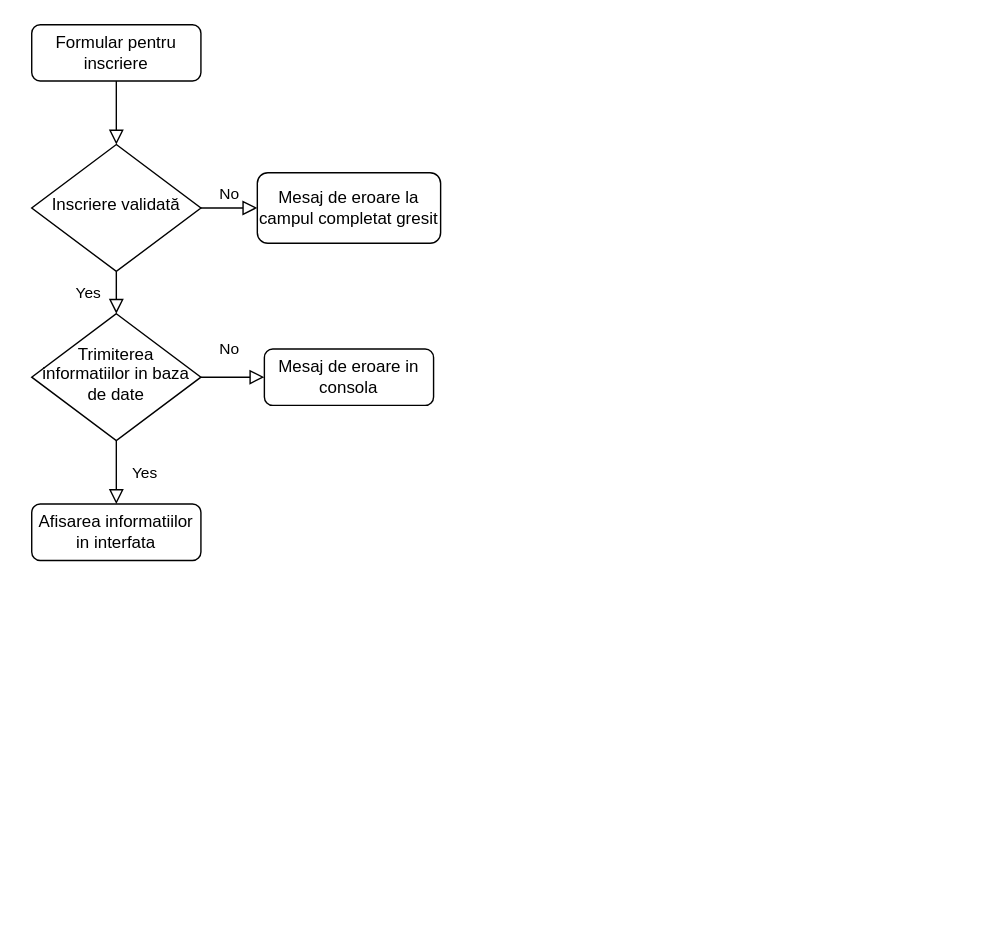
This is Untitled Diagram.drawio from StefanFrs/Proiect_licenta, a draw.io file, before an edit. Source tidied: cells renumbered, new cells numbered last; positions are measured from the earlier drawing's top-left corner, leaving out a move shared by most shapes. Both pictures are drawn from the tidied source at 141%, with x=0, y=0 at pixel (31, 24).
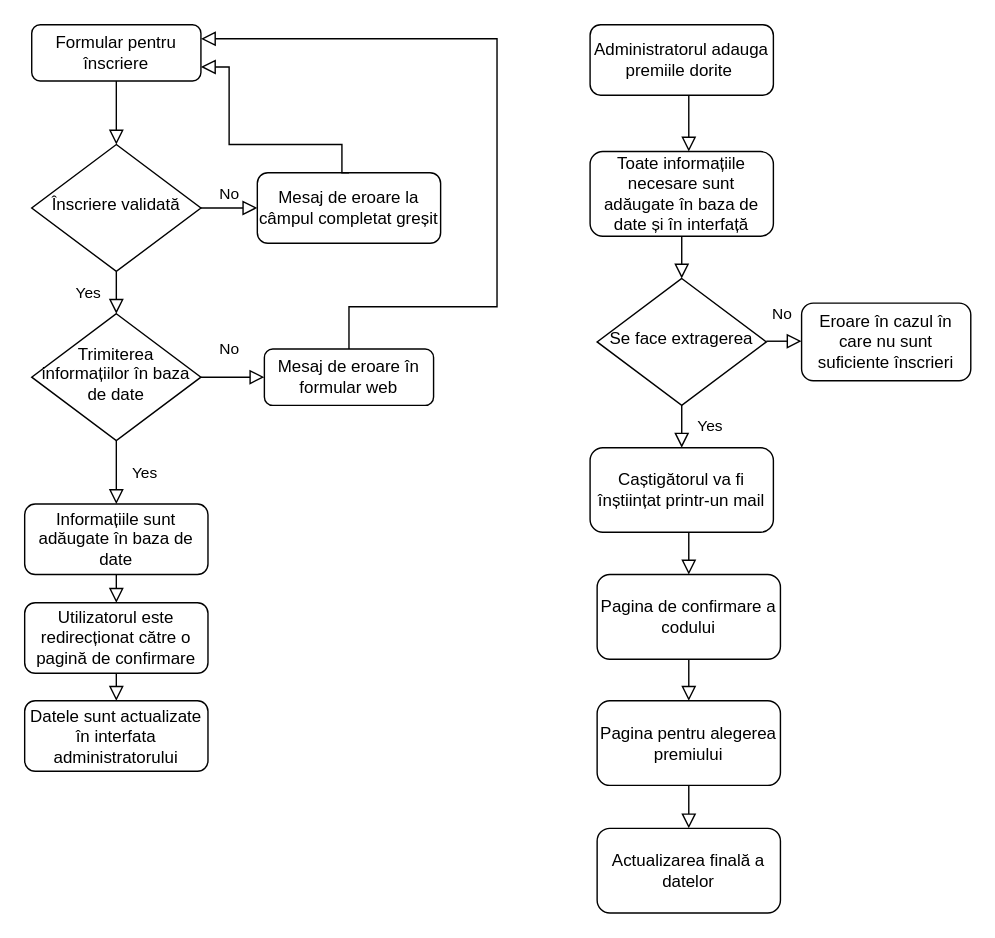
After the change.

What changed in the source:
```diff
@@
-    <mxCell id="3" value="Formular pentru inscriere" style="rounded=1;whiteSpace=wrap;html=1;fontSize=12;glass=0;strokeWidth=1;shadow=0;" parent="1" vertex="1">
+    <mxCell id="3" value="Formular pentru înscriere" style="rounded=1;whiteSpace=wrap;html=1;fontSize=12;glass=0;strokeWidth=1;shadow=0;" parent="1" vertex="1">
       <mxGeometry width="120" height="40" as="geometry" />
     </mxCell>
@@
-    <mxCell id="6" value="Inscriere validată" style="rhombus;whiteSpace=wrap;html=1;shadow=0;fontFamily=Helvetica;fontSize=12;align=center;strokeWidth=1;spacing=6;spacingTop=-4;" parent="1" vertex="1">
+    <mxCell id="6" value="Înscriere validată" style="rhombus;whiteSpace=wrap;html=1;shadow=0;fontFamily=Helvetica;fontSize=12;align=center;strokeWidth=1;spacing=6;spacingTop=-4;" parent="1" vertex="1">
       <mxGeometry y="85" width="120" height="90" as="geometry" />
     </mxCell>
-    <mxCell id="7" value="Mesaj de eroare la campul completat gresit" style="rounded=1;whiteSpace=wrap;html=1;fontSize=12;glass=0;strokeWidth=1;shadow=0;" parent="1" vertex="1">
+    <mxCell id="7" value="Mesaj de eroare la câmpul completat greșit" style="rounded=1;whiteSpace=wrap;html=1;fontSize=12;glass=0;strokeWidth=1;shadow=0;" parent="1" vertex="1">
       <mxGeometry x="160" y="105" width="130" height="50" as="geometry" />
     </mxCell>
@@
-    <mxCell id="9" value="Trimiterea informatiilor in baza de date" style="rhombus;whiteSpace=wrap;html=1;shadow=0;fontFamily=Helvetica;fontSize=12;align=center;strokeWidth=1;spacing=6;spacingTop=-4;" parent="1" vertex="1">
+    <mxCell id="9" value="Trimiterea informațiilor în baza de date" style="rhombus;whiteSpace=wrap;html=1;shadow=0;fontFamily=Helvetica;fontSize=12;align=center;strokeWidth=1;spacing=6;spacingTop=-4;" parent="1" vertex="1">
       <mxGeometry y="205" width="120" height="90" as="geometry" />
     </mxCell>
-    <mxCell id="10" value="Mesaj de eroare in consola" style="rounded=1;whiteSpace=wrap;html=1;fontSize=12;glass=0;strokeWidth=1;shadow=0;" parent="1" vertex="1">
+    <mxCell id="10" value="Mesaj de eroare în formular web" style="rounded=1;whiteSpace=wrap;html=1;fontSize=12;glass=0;strokeWidth=1;shadow=0;" parent="1" vertex="1">
       <mxGeometry x="165" y="230" width="120" height="40" as="geometry" />
     </mxCell>
-    <mxCell id="11" value="Afisarea informatiilor in interfata" style="rounded=1;whiteSpace=wrap;html=1;fontSize=12;glass=0;strokeWidth=1;shadow=0;" parent="1" vertex="1">
-      <mxGeometry y="340" width="120" height="40" as="geometry" />
+    <mxCell id="11" value="Informațiile sunt adăugate în baza de date" style="rounded=1;whiteSpace=wrap;html=1;fontSize=12;glass=0;strokeWidth=1;shadow=0;" parent="1" vertex="1">
+      <mxGeometry x="-5" y="340" width="130" height="50" as="geometry" />
     </mxCell>
@@
+    <mxCell id="13" value="Utilizatorul este redirecționat către o pagină de confirmare" style="rounded=1;whiteSpace=wrap;html=1;fontSize=12;glass=0;strokeWidth=1;shadow=0;" parent="1" vertex="1">
+      <mxGeometry x="-5" y="410" width="130" height="50" as="geometry" />
+    </mxCell>
+    <mxCell id="14" style="rounded=0;html=1;jettySize=auto;fontSize=11;endArrow=block;endFill=0;endSize=8;strokeWidth=1;shadow=0;labelBackgroundColor=none;edgeStyle=orthogonalEdgeStyle;exitX=0.5;exitY=0;exitDx=0;exitDy=0;entryX=1;entryY=0.75;entryDx=0;entryDy=0;" parent="1" edge="1" source="7" target="3">
+      <mxGeometry relative="1" as="geometry">
+        <Array as="points">
+          <mxPoint x="220" y="105" />
+          <mxPoint x="220" y="85" />
+          <mxPoint x="140" y="85" />
+          <mxPoint x="140" y="30" />
+        </Array>
+      </mxGeometry>
+    </mxCell>
+    <mxCell id="15" style="rounded=0;html=1;jettySize=auto;fontSize=11;endArrow=block;endFill=0;endSize=8;strokeWidth=1;shadow=0;labelBackgroundColor=none;edgeStyle=orthogonalEdgeStyle;exitX=0.5;exitY=0;exitDx=0;exitDy=0;entryX=1;entryY=0.25;entryDx=0;entryDy=0;" parent="1" edge="1" source="10" target="3">
+      <mxGeometry relative="1" as="geometry">
+        <Array as="points">
+          <mxPoint x="225" y="200" />
+          <mxPoint x="330" y="200" />
+          <mxPoint x="330" y="10" />
+        </Array>
+      </mxGeometry>
+    </mxCell>
+    <mxCell id="16" style="rounded=0;html=1;jettySize=auto;fontSize=11;endArrow=block;endFill=0;endSize=8;strokeWidth=1;shadow=0;labelBackgroundColor=none;edgeStyle=orthogonalEdgeStyle;exitX=0.5;exitY=1;exitDx=0;exitDy=0;" parent="1" edge="1" source="11">
+      <mxGeometry relative="1" as="geometry">
+        <mxPoint x="60" y="410" as="targetPoint" />
+      </mxGeometry>
+    </mxCell>
+    <mxCell id="17" value="Datele sunt actualizate în interfata administratorului" style="rounded=1;whiteSpace=wrap;html=1;fontSize=12;glass=0;strokeWidth=1;shadow=0;" parent="1" vertex="1">
+      <mxGeometry x="-5" y="479.5" width="130" height="50" as="geometry" />
+    </mxCell>
+    <mxCell id="18" style="rounded=0;html=1;jettySize=auto;fontSize=11;endArrow=block;endFill=0;endSize=8;strokeWidth=1;shadow=0;labelBackgroundColor=none;edgeStyle=orthogonalEdgeStyle;entryX=0.5;entryY=0;entryDx=0;entryDy=0;exitX=0.5;exitY=1;exitDx=0;exitDy=0;" parent="1" edge="1" source="13" target="17">
+      <mxGeometry relative="1" as="geometry" />
+    </mxCell>
+    <mxCell id="19" value="Administratorul adauga premiile dorite&amp;nbsp;" style="rounded=1;whiteSpace=wrap;html=1;fontSize=12;glass=0;strokeWidth=1;shadow=0;" parent="1" vertex="1">
+      <mxGeometry x="396" width="130" height="50" as="geometry" />
+    </mxCell>
+    <mxCell id="20" style="rounded=0;html=1;jettySize=auto;orthogonalLoop=1;fontSize=11;endArrow=block;endFill=0;endSize=8;strokeWidth=1;shadow=0;labelBackgroundColor=none;edgeStyle=orthogonalEdgeStyle;" parent="1" edge="1">
+      <mxGeometry relative="1" as="geometry">
+        <mxPoint x="466" y="50" as="sourcePoint" />
+        <mxPoint x="466" y="90" as="targetPoint" />
+        <Array as="points">
+          <mxPoint x="466" y="70" />
+          <mxPoint x="466" y="70" />
+        </Array>
+      </mxGeometry>
+    </mxCell>
+    <mxCell id="21" value="Toate informațiile necesare sunt adăugate în baza de date și în interfață" style="rounded=1;whiteSpace=wrap;html=1;fontSize=12;glass=0;strokeWidth=1;shadow=0;" parent="1" vertex="1">
+      <mxGeometry x="396" y="90" width="130" height="60" as="geometry" />
+    </mxCell>
+    <mxCell id="22" style="rounded=0;html=1;jettySize=auto;fontSize=11;endArrow=block;endFill=0;endSize=8;strokeWidth=1;shadow=0;labelBackgroundColor=none;edgeStyle=orthogonalEdgeStyle;exitX=0.5;exitY=1;exitDx=0;exitDy=0;entryX=0.5;entryY=0;entryDx=0;entryDy=0;" parent="1" edge="1" source="21">
+      <mxGeometry relative="1" as="geometry">
+        <mxPoint x="461" y="180" as="targetPoint" />
+      </mxGeometry>
+    </mxCell>
+    <mxCell id="23" value="Se face extragerea" style="rhombus;whiteSpace=wrap;html=1;shadow=0;fontFamily=Helvetica;fontSize=12;align=center;strokeWidth=1;spacing=6;spacingTop=-4;" parent="1" vertex="1">
+      <mxGeometry x="401" y="180" width="120" height="90" as="geometry" />
+    </mxCell>
+    <mxCell id="24" value="No" style="rounded=0;html=1;jettySize=auto;orthogonalLoop=1;fontSize=11;endArrow=block;endFill=0;endSize=8;strokeWidth=1;shadow=0;labelBackgroundColor=none;edgeStyle=orthogonalEdgeStyle;" parent="1" edge="1">
+      <mxGeometry x="-0.11" y="20" relative="1" as="geometry">
+        <mxPoint x="521" y="224.5" as="sourcePoint" />
+        <mxPoint x="546" y="225" as="targetPoint" />
+      </mxGeometry>
+    </mxCell>
+    <mxCell id="25" value="Yes" style="rounded=0;html=1;jettySize=auto;fontSize=11;endArrow=block;endFill=0;endSize=8;strokeWidth=1;shadow=0;labelBackgroundColor=none;edgeStyle=orthogonalEdgeStyle;exitX=0.5;exitY=1;exitDx=0;exitDy=0;" parent="1" edge="1" source="23">
+      <mxGeometry y="20" relative="1" as="geometry">
+        <mxPoint x="461" y="300" as="targetPoint" />
+        <Array as="points">
+          <mxPoint x="461" y="290" />
+          <mxPoint x="461" y="290" />
+        </Array>
+      </mxGeometry>
+    </mxCell>
+    <mxCell id="26" value="Eroare în cazul în care nu sunt suficiente înscrieri" style="rounded=1;whiteSpace=wrap;html=1;fontSize=12;glass=0;strokeWidth=1;shadow=0;" parent="1" vertex="1">
+      <mxGeometry x="546" y="197.5" width="120" height="55" as="geometry" />
+    </mxCell>
+    <mxCell id="27" value="Caștigătorul va fi înștiințat printr-un mail" style="rounded=1;whiteSpace=wrap;html=1;fontSize=12;glass=0;strokeWidth=1;shadow=0;" parent="1" vertex="1">
+      <mxGeometry x="396" y="300" width="130" height="60" as="geometry" />
+    </mxCell>
+    <mxCell id="28" value="Pagina de confirmare a codului" style="rounded=1;whiteSpace=wrap;html=1;fontSize=12;glass=0;strokeWidth=1;shadow=0;" parent="1" vertex="1">
+      <mxGeometry x="401" y="390" width="130" height="60" as="geometry" />
+    </mxCell>
+    <mxCell id="29" style="rounded=0;html=1;jettySize=auto;fontSize=11;endArrow=block;endFill=0;endSize=8;strokeWidth=1;shadow=0;labelBackgroundColor=none;edgeStyle=orthogonalEdgeStyle;entryX=0.5;entryY=0;entryDx=0;entryDy=0;" parent="1" edge="1" target="28">
+      <mxGeometry relative="1" as="geometry">
+        <mxPoint x="466" y="370" as="sourcePoint" />
+        <Array as="points">
+          <mxPoint x="466" y="360" />
+          <mxPoint x="466" y="360" />
+        </Array>
+      </mxGeometry>
+    </mxCell>
+    <mxCell id="30" value="Pagina pentru alegerea premiului" style="rounded=1;whiteSpace=wrap;html=1;fontSize=12;glass=0;strokeWidth=1;shadow=0;" parent="1" vertex="1">
+      <mxGeometry x="401" y="479.5" width="130" height="60" as="geometry" />
+    </mxCell>
+    <mxCell id="31" value="Actualizarea finală a datelor" style="rounded=1;whiteSpace=wrap;html=1;fontSize=12;glass=0;strokeWidth=1;shadow=0;" parent="1" vertex="1">
+      <mxGeometry x="401" y="570" width="130" height="60" as="geometry" />
+    </mxCell>
+    <mxCell id="32" style="rounded=0;html=1;jettySize=auto;fontSize=11;endArrow=block;endFill=0;endSize=8;strokeWidth=1;shadow=0;labelBackgroundColor=none;edgeStyle=orthogonalEdgeStyle;entryX=0.5;entryY=0;entryDx=0;entryDy=0;exitX=0.5;exitY=1;exitDx=0;exitDy=0;" parent="1" edge="1" source="28" target="30">
+      <mxGeometry relative="1" as="geometry" />
+    </mxCell>
+    <mxCell id="33" style="rounded=0;html=1;jettySize=auto;orthogonalLoop=1;fontSize=11;endArrow=block;endFill=0;endSize=8;strokeWidth=1;shadow=0;labelBackgroundColor=none;edgeStyle=orthogonalEdgeStyle;" parent="1" edge="1">
+      <mxGeometry relative="1" as="geometry">
+        <mxPoint x="465.5" y="539.5" as="sourcePoint" />
+        <mxPoint x="466" y="570" as="targetPoint" />
+        <Array as="points">
+          <mxPoint x="465.5" y="569.5" />
+          <mxPoint x="465.5" y="569.5" />
+        </Array>
+      </mxGeometry>
+    </mxCell>
```
